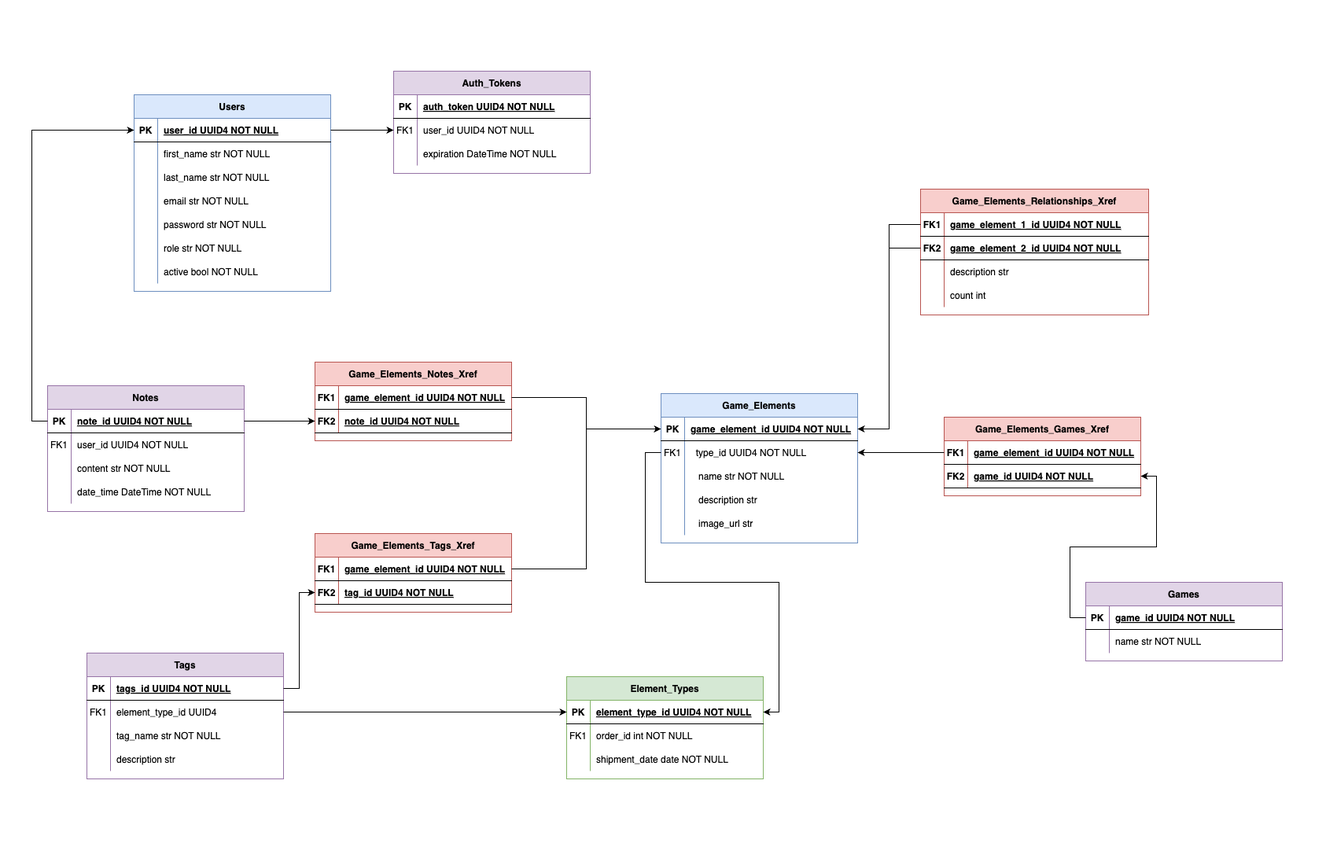
Above: gd-notepad-erd.png in Mark-David-Hill/gd-notepad-be (draw.io), before the change. Source tidied: cells renumbered, new cells last; positions are measured from the earlier drawing's top-left corner, leaving out a move shared by most shapes.
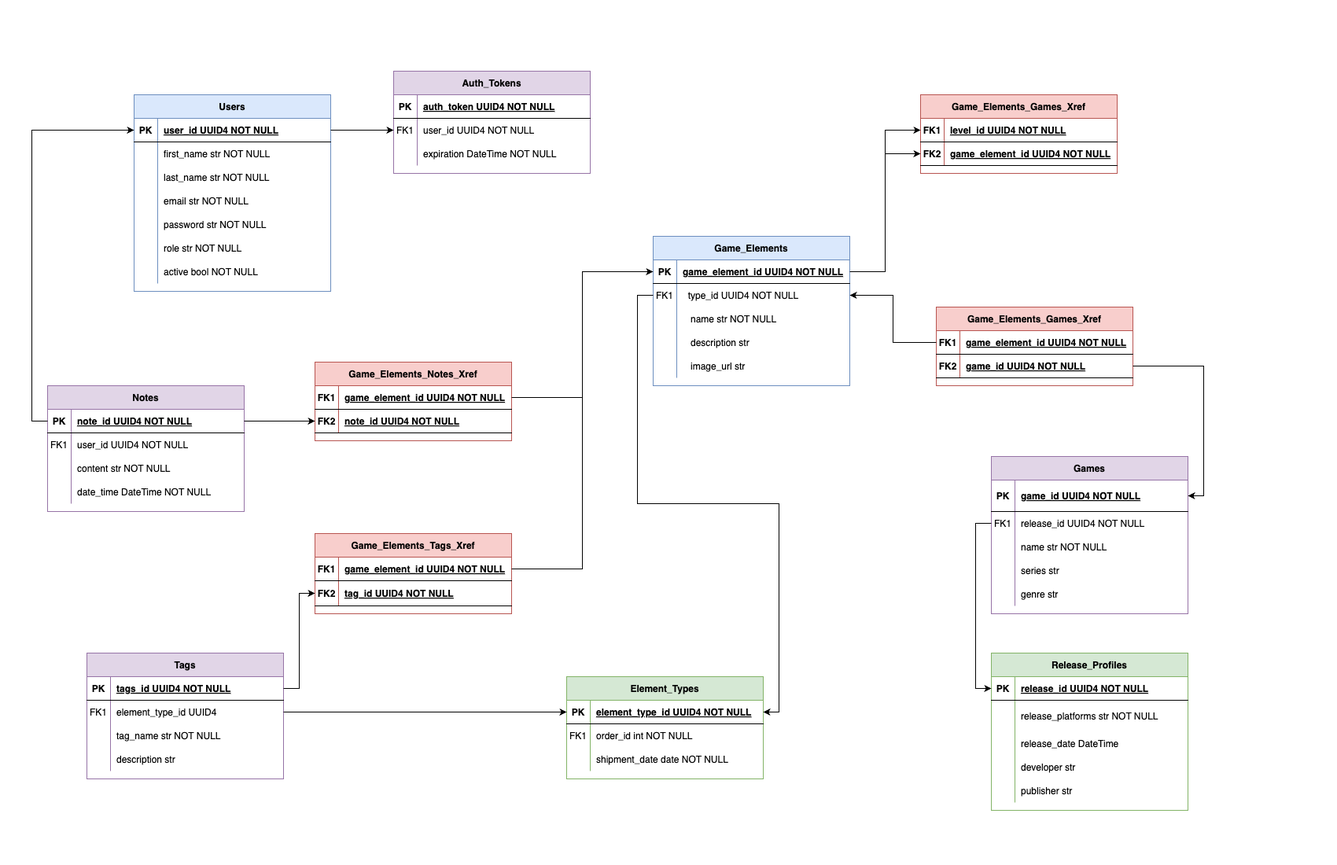
After the commit.

Commit message:
updates erd to include Release Profiles table

What changed in the source:
```diff
@@ -33,7 +33,7 @@
       <mxGeometry x="30" width="220" height="30" as="geometry" />
     </mxCell>
     <mxCell id="12" value="Game_Elements" style="shape=table;startSize=30;rowLines=0;fontStyle=1;align=center;fillColor=#dae8fc;strokeColor=#6c8ebf;" parent="1" vertex="1">
-      <mxGeometry x="780" y="410" width="250" height="190" as="geometry" />
+      <mxGeometry x="770" y="210" width="250" height="190" as="geometry" />
     </mxCell>
     <mxCell id="13" style="shape=partialRectangle;fillColor=none;points=[[0,0.5],[1,0.5]];portConstraint=eastwest;top=0;left=0;right=0;bottom=1;" parent="12" vertex="1">
       <mxGeometry y="30" width="250" height="30" as="geometry" />
@@ -84,28 +84,55 @@
       <mxGeometry relative="1" as="geometry" />
     </mxCell>
     <mxCell id="29" value="Games" style="shape=table;startSize=30;rowLines=0;fontStyle=1;align=center;fillColor=#e1d5e7;strokeColor=#9673a6;" parent="1" vertex="1">
-      <mxGeometry x="1320" y="650" width="250" height="100" as="geometry" />
+      <mxGeometry x="1200" y="490" width="250" height="200" as="geometry" />
     </mxCell>
     <mxCell id="30" style="shape=partialRectangle;fillColor=none;points=[[0,0.5],[1,0.5]];portConstraint=eastwest;top=0;left=0;right=0;bottom=1;" parent="29" vertex="1">
-      <mxGeometry y="30" width="250" height="30" as="geometry" />
+      <mxGeometry y="30" width="250" height="40" as="geometry" />
     </mxCell>
     <mxCell id="31" value="PK" style="shape=partialRectangle;overflow=hidden;fillColor=none;top=0;left=0;bottom=0;right=0;fontStyle=1;" parent="30" vertex="1">
-      <mxGeometry width="30" height="30" as="geometry" />
+      <mxGeometry width="30" height="40" as="geometry" />
     </mxCell>
     <mxCell id="32" value="game_id UUID4 NOT NULL " style="shape=partialRectangle;overflow=hidden;fillColor=none;top=0;left=0;bottom=0;right=0;align=left;spacingLeft=6;fontStyle=5;" parent="30" vertex="1">
-      <mxGeometry x="30" width="220" height="30" as="geometry" />
+      <mxGeometry x="30" width="220" height="40" as="geometry" />
     </mxCell>
     <mxCell id="33" style="shape=partialRectangle;fillColor=none;points=[[0,0.5],[1,0.5]];portConstraint=eastwest;top=0;left=0;right=0;bottom=0;" parent="29" vertex="1">
-      <mxGeometry y="60" width="250" height="30" as="geometry" />
+      <mxGeometry y="70" width="250" height="30" as="geometry" />
     </mxCell>
-    <mxCell id="34" style="shape=partialRectangle;overflow=hidden;fillColor=none;top=0;left=0;bottom=0;right=0;" parent="33" vertex="1">
+    <mxCell id="34" value="FK1" style="shape=partialRectangle;overflow=hidden;fillColor=none;top=0;left=0;bottom=0;right=0;" parent="33" vertex="1">
       <mxGeometry width="30" height="30" as="geometry" />
     </mxCell>
-    <mxCell id="35" value="name str NOT NULL" style="shape=partialRectangle;overflow=hidden;fillColor=none;top=0;left=0;bottom=0;right=0;align=left;spacingLeft=6;" parent="33" vertex="1">
+    <mxCell id="35" value="release_id UUID4 NOT NULL" style="shape=partialRectangle;overflow=hidden;fillColor=none;top=0;left=0;bottom=0;right=0;align=left;spacingLeft=6;" parent="33" vertex="1">
       <mxGeometry x="30" width="220" height="30" as="geometry" />
     </mxCell>
+    <mxCell id="139" style="shape=partialRectangle;fillColor=none;top=0;left=0;right=0;bottom=0;" parent="29" vertex="1">
+      <mxGeometry y="100" width="250" height="30" as="geometry" />
+    </mxCell>
+    <mxCell id="140" style="shape=partialRectangle;overflow=hidden;fillColor=none;top=0;left=0;bottom=0;right=0;" parent="139" vertex="1">
+      <mxGeometry width="30" height="30" as="geometry" />
+    </mxCell>
+    <mxCell id="141" value="name str NOT NULL" style="shape=partialRectangle;overflow=hidden;fillColor=none;top=0;left=0;bottom=0;right=0;align=left;spacingLeft=6;" parent="139" vertex="1">
+      <mxGeometry x="30" width="220" height="30" as="geometry" />
+    </mxCell>
+    <mxCell id="142" style="shape=partialRectangle;fillColor=none;top=0;left=0;right=0;bottom=0;" parent="29" vertex="1">
+      <mxGeometry y="130" width="250" height="30" as="geometry" />
+    </mxCell>
+    <mxCell id="143" style="shape=partialRectangle;overflow=hidden;fillColor=none;top=0;left=0;bottom=0;right=0;" parent="142" vertex="1">
+      <mxGeometry width="30" height="30" as="geometry" />
+    </mxCell>
+    <mxCell id="144" value="series str" style="shape=partialRectangle;overflow=hidden;fillColor=none;top=0;left=0;bottom=0;right=0;align=left;spacingLeft=6;" parent="142" vertex="1">
+      <mxGeometry x="30" width="220" height="30" as="geometry" />
+    </mxCell>
+    <mxCell id="145" style="shape=partialRectangle;fillColor=none;top=0;left=0;right=0;bottom=0;" parent="29" vertex="1">
+      <mxGeometry y="160" width="250" height="30" as="geometry" />
+    </mxCell>
+    <mxCell id="146" style="shape=partialRectangle;overflow=hidden;fillColor=none;top=0;left=0;bottom=0;right=0;" parent="145" vertex="1">
+      <mxGeometry width="30" height="30" as="geometry" />
+    </mxCell>
+    <mxCell id="147" value="genre str" style="shape=partialRectangle;overflow=hidden;fillColor=none;top=0;left=0;bottom=0;right=0;align=left;spacingLeft=6;" parent="145" vertex="1">
+      <mxGeometry x="30" width="220" height="30" as="geometry" />
+    </mxCell>
     <mxCell id="36" value="Game_Elements_Games_Xref" style="shape=table;startSize=30;rowLines=0;fontStyle=1;align=center;fillColor=#f8cecc;strokeColor=#b85450;" parent="1" vertex="1">
-      <mxGeometry x="1140" y="440" width="250" height="100" as="geometry" />
+      <mxGeometry x="1130" y="300" width="250" height="100" as="geometry" />
     </mxCell>
     <mxCell id="37" style="shape=partialRectangle;fillColor=none;points=[[0,0.5],[1,0.5]];portConstraint=eastwest;top=0;left=0;right=0;bottom=1;" parent="36" vertex="1">
       <mxGeometry y="30" width="250" height="30" as="geometry" />
@@ -128,45 +155,6 @@
     <mxCell id="43" style="edgeStyle=orthogonalEdgeStyle;rounded=0;jettySize=auto;html=1;exitX=0;exitY=0.5;exitDx=0;exitDy=0;entryX=1;entryY=0.5;entryDx=0;entryDy=0;" parent="1" edge="1" source="37" target="16">
       <mxGeometry relative="1" as="geometry" />
     </mxCell>
-    <mxCell id="44" value="Game_Elements_Relationships_Xref" style="shape=table;startSize=30;rowLines=0;fontStyle=1;align=center;fillColor=#f8cecc;strokeColor=#b85450;" parent="1" vertex="1">
-      <mxGeometry x="1110" y="150" width="290" height="160" as="geometry" />
-    </mxCell>
-    <mxCell id="45" style="shape=partialRectangle;fillColor=none;points=[[0,0.5],[1,0.5]];portConstraint=eastwest;top=0;left=0;right=0;bottom=1;" parent="44" vertex="1">
-      <mxGeometry y="30" width="290" height="30" as="geometry" />
-    </mxCell>
-    <mxCell id="46" value="FK1" style="shape=partialRectangle;overflow=hidden;fillColor=none;top=0;left=0;bottom=0;right=0;fontStyle=1;" parent="45" vertex="1">
-      <mxGeometry width="30" height="30" as="geometry" />
-    </mxCell>
-    <mxCell id="47" value="game_element_1_id UUID4 NOT NULL " style="shape=partialRectangle;overflow=hidden;fillColor=none;top=0;left=0;bottom=0;right=0;align=left;spacingLeft=6;fontStyle=5;" parent="45" vertex="1">
-      <mxGeometry x="30" width="260" height="30" as="geometry" />
-    </mxCell>
-    <mxCell id="48" style="shape=partialRectangle;fillColor=none;points=[[0,0.5],[1,0.5]];portConstraint=eastwest;top=0;left=0;right=0;bottom=1;" parent="44" vertex="1">
-      <mxGeometry y="60" width="290" height="30" as="geometry" />
-    </mxCell>
-    <mxCell id="49" value="FK2" style="shape=partialRectangle;overflow=hidden;fillColor=none;top=0;left=0;bottom=0;right=0;fontStyle=1;" parent="48" vertex="1">
-      <mxGeometry width="30" height="30" as="geometry" />
-    </mxCell>
-    <mxCell id="50" value="game_element_2_id UUID4 NOT NULL " style="shape=partialRectangle;overflow=hidden;fillColor=none;top=0;left=0;bottom=0;right=0;align=left;spacingLeft=6;fontStyle=5;" parent="48" vertex="1">
-      <mxGeometry x="30" width="260" height="30" as="geometry" />
-    </mxCell>
-    <mxCell id="51" style="shape=partialRectangle;fillColor=none;top=0;left=0;right=0;bottom=0;" parent="44" vertex="1">
-      <mxGeometry y="90" width="290" height="30" as="geometry" />
-    </mxCell>
-    <mxCell id="52" style="shape=partialRectangle;overflow=hidden;fillColor=none;top=0;left=0;bottom=0;right=0;" parent="51" vertex="1">
-      <mxGeometry width="30" height="30" as="geometry" />
-    </mxCell>
-    <mxCell id="53" value="description str" style="shape=partialRectangle;overflow=hidden;fillColor=none;top=0;left=0;bottom=0;right=0;align=left;spacingLeft=6;" parent="51" vertex="1">
-      <mxGeometry x="30" width="260" height="30" as="geometry" />
-    </mxCell>
-    <mxCell id="54" style="shape=partialRectangle;fillColor=none;top=0;left=0;right=0;bottom=0;" parent="44" vertex="1">
-      <mxGeometry y="120" width="290" height="30" as="geometry" />
-    </mxCell>
-    <mxCell id="55" style="shape=partialRectangle;overflow=hidden;fillColor=none;top=0;left=0;bottom=0;right=0;" parent="54" vertex="1">
-      <mxGeometry width="30" height="30" as="geometry" />
-    </mxCell>
-    <mxCell id="56" value="count int" style="shape=partialRectangle;overflow=hidden;fillColor=none;top=0;left=0;bottom=0;right=0;align=left;spacingLeft=6;" parent="54" vertex="1">
-      <mxGeometry x="30" width="260" height="30" as="geometry" />
-    </mxCell>
     <mxCell id="57" value="Users" style="shape=table;startSize=30;rowLines=0;fontStyle=1;align=center;fillColor=#dae8fc;strokeColor=#6c8ebf;" parent="1" vertex="1">
       <mxGeometry x="110" y="30" width="250" height="250" as="geometry" />
     </mxCell>
@@ -273,7 +261,7 @@
       <mxGeometry x="30" width="220" height="30" as="geometry" />
     </mxCell>
     <mxCell id="92" value="Game_Elements_Tags_Xref" style="shape=table;startSize=30;rowLines=0;fontStyle=1;align=center;fillColor=#f8cecc;strokeColor=#b85450;" parent="1" vertex="1">
-      <mxGeometry x="340" y="588" width="250" height="100" as="geometry" />
+      <mxGeometry x="340" y="588" width="250" height="102" as="geometry" />
     </mxCell>
     <mxCell id="93" style="shape=partialRectangle;fillColor=none;points=[[0,0.5],[1,0.5]];portConstraint=eastwest;top=0;left=0;right=0;bottom=1;" parent="92" vertex="1">
       <mxGeometry y="30" width="250" height="30" as="geometry" />
@@ -285,13 +273,13 @@
       <mxGeometry x="30" width="220" height="30" as="geometry" />
     </mxCell>
     <mxCell id="96" style="shape=partialRectangle;fillColor=none;points=[[0,0.5],[1,0.5]];portConstraint=eastwest;top=0;left=0;right=0;bottom=1;" parent="92" vertex="1">
-      <mxGeometry y="60" width="250" height="30" as="geometry" />
+      <mxGeometry y="60" width="250" height="32" as="geometry" />
     </mxCell>
     <mxCell id="97" value="FK2" style="shape=partialRectangle;overflow=hidden;fillColor=none;top=0;left=0;bottom=0;right=0;fontStyle=1;" parent="96" vertex="1">
-      <mxGeometry width="30" height="30" as="geometry" />
+      <mxGeometry width="30" height="32" as="geometry" />
     </mxCell>
     <mxCell id="98" value="tag_id UUID4 NOT NULL " style="shape=partialRectangle;overflow=hidden;fillColor=none;top=0;left=0;bottom=0;right=0;align=left;spacingLeft=6;fontStyle=5;" parent="96" vertex="1">
-      <mxGeometry x="30" width="220" height="30" as="geometry" />
+      <mxGeometry x="30" width="220" height="32" as="geometry" />
     </mxCell>
     <mxCell id="99" style="edgeStyle=orthogonalEdgeStyle;rounded=0;jettySize=auto;html=1;exitX=1;exitY=0.5;exitDx=0;exitDy=0;" parent="1" edge="1" source="80" target="96">
       <mxGeometry relative="1" as="geometry" />
@@ -404,14 +392,86 @@
     <mxCell id="135" style="edgeStyle=orthogonalEdgeStyle;rounded=0;jettySize=auto;html=1;exitX=0;exitY=0.5;exitDx=0;exitDy=0;entryX=0;entryY=0.5;entryDx=0;entryDy=0;" parent="1" edge="1" source="102" target="58">
       <mxGeometry relative="1" as="geometry" />
     </mxCell>
-    <mxCell id="136" style="edgeStyle=orthogonalEdgeStyle;rounded=0;jettySize=auto;html=1;entryX=1;entryY=0.5;entryDx=0;entryDy=0;" parent="1" edge="1" source="30" target="40">
-      <mxGeometry relative="1" as="geometry" />
-    </mxCell>
-    <mxCell id="137" style="edgeStyle=orthogonalEdgeStyle;rounded=0;jettySize=auto;html=1;entryX=1;entryY=0.5;entryDx=0;entryDy=0;" parent="1" edge="1" source="45" target="13">
-      <mxGeometry relative="1" as="geometry" />
-    </mxCell>
-    <mxCell id="138" style="edgeStyle=orthogonalEdgeStyle;rounded=0;jettySize=auto;html=1;entryX=1;entryY=0.5;entryDx=0;entryDy=0;" parent="1" edge="1" source="48" target="13">
-      <mxGeometry relative="1" as="geometry" />
-    </mxCell>
+    <mxCell id="148" value="Game_Elements_Games_Xref" style="shape=table;startSize=30;rowLines=0;fontStyle=1;align=center;fillColor=#f8cecc;strokeColor=#b85450;" parent="1" vertex="1">
+      <mxGeometry x="1110" y="30" width="250" height="100" as="geometry" />
+    </mxCell>
+    <mxCell id="149" style="shape=partialRectangle;fillColor=none;points=[[0,0.5],[1,0.5]];portConstraint=eastwest;top=0;left=0;right=0;bottom=1;" parent="148" vertex="1">
+      <mxGeometry y="30" width="250" height="30" as="geometry" />
+    </mxCell>
+    <mxCell id="46" value="FK1" style="shape=partialRectangle;overflow=hidden;fillColor=none;top=0;left=0;bottom=0;right=0;fontStyle=1;" parent="149" vertex="1">
+      <mxGeometry width="30" height="30" as="geometry" />
+    </mxCell>
+    <mxCell id="150" value="level_id UUID4 NOT NULL " style="shape=partialRectangle;overflow=hidden;fillColor=none;top=0;left=0;bottom=0;right=0;align=left;spacingLeft=6;fontStyle=5;" parent="149" vertex="1">
+      <mxGeometry x="30" width="220" height="30" as="geometry" />
+    </mxCell>
+    <mxCell id="151" style="shape=partialRectangle;fillColor=none;points=[[0,0.5],[1,0.5]];portConstraint=eastwest;top=0;left=0;right=0;bottom=1;" parent="148" vertex="1">
+      <mxGeometry y="60" width="250" height="30" as="geometry" />
+    </mxCell>
+    <mxCell id="49" value="FK2" style="shape=partialRectangle;overflow=hidden;fillColor=none;top=0;left=0;bottom=0;right=0;fontStyle=1;" parent="151" vertex="1">
+      <mxGeometry width="30" height="30" as="geometry" />
+    </mxCell>
+    <mxCell id="152" value="game_element_id UUID4 NOT NULL " style="shape=partialRectangle;overflow=hidden;fillColor=none;top=0;left=0;bottom=0;right=0;align=left;spacingLeft=6;fontStyle=5;" parent="151" vertex="1">
+      <mxGeometry x="30" width="220" height="30" as="geometry" />
+    </mxCell>
+    <mxCell id="153" style="edgeStyle=orthogonalEdgeStyle;rounded=0;jettySize=auto;html=1;exitX=1;exitY=0.5;exitDx=0;exitDy=0;" parent="1" edge="1" source="13" target="151">
+      <mxGeometry relative="1" as="geometry" />
+    </mxCell>
+    <mxCell id="154" style="edgeStyle=orthogonalEdgeStyle;rounded=0;jettySize=auto;html=1;" parent="1" edge="1" source="13" target="149">
+      <mxGeometry relative="1" as="geometry" />
+    </mxCell>
+    <mxCell id="155" value="Release_Profiles" style="shape=table;startSize=30;rowLines=0;fontStyle=1;align=center;fillColor=#d5e8d4;strokeColor=#82b366;" parent="1" vertex="1">
+      <mxGeometry x="1200" y="740" width="250" height="200" as="geometry" />
+    </mxCell>
+    <mxCell id="156" style="shape=partialRectangle;fillColor=none;points=[[0,0.5],[1,0.5]];portConstraint=eastwest;top=0;left=0;right=0;bottom=1;" parent="155" vertex="1">
+      <mxGeometry y="30" width="250" height="30" as="geometry" />
+    </mxCell>
+    <mxCell id="157" value="PK" style="shape=partialRectangle;overflow=hidden;fillColor=none;top=0;left=0;bottom=0;right=0;fontStyle=1;" parent="156" vertex="1">
+      <mxGeometry width="30" height="30" as="geometry" />
+    </mxCell>
+    <mxCell id="158" value="release_id UUID4 NOT NULL " style="shape=partialRectangle;overflow=hidden;fillColor=none;top=0;left=0;bottom=0;right=0;align=left;spacingLeft=6;fontStyle=5;" parent="156" vertex="1">
+      <mxGeometry x="30" width="220" height="30" as="geometry" />
+    </mxCell>
+    <mxCell id="159" style="shape=partialRectangle;fillColor=none;top=0;left=0;right=0;bottom=0;" parent="155" vertex="1">
+      <mxGeometry y="60" width="250" height="40" as="geometry" />
+    </mxCell>
+    <mxCell id="160" style="shape=partialRectangle;overflow=hidden;fillColor=none;top=0;left=0;bottom=0;right=0;" parent="159" vertex="1">
+      <mxGeometry width="30" height="40" as="geometry" />
+    </mxCell>
+    <mxCell id="161" value="release_platforms str NOT NULL" style="shape=partialRectangle;overflow=hidden;fillColor=none;top=0;left=0;bottom=0;right=0;align=left;spacingLeft=6;" parent="159" vertex="1">
+      <mxGeometry x="30" width="220" height="40" as="geometry" />
+    </mxCell>
+    <mxCell id="162" style="shape=partialRectangle;fillColor=none;top=0;left=0;right=0;bottom=0;" parent="155" vertex="1">
+      <mxGeometry y="100" width="250" height="30" as="geometry" />
+    </mxCell>
+    <mxCell id="163" style="shape=partialRectangle;overflow=hidden;fillColor=none;top=0;left=0;bottom=0;right=0;" parent="162" vertex="1">
+      <mxGeometry width="30" height="30" as="geometry" />
+    </mxCell>
+    <mxCell id="164" value="release_date DateTime" style="shape=partialRectangle;overflow=hidden;fillColor=none;top=0;left=0;bottom=0;right=0;align=left;spacingLeft=6;" parent="162" vertex="1">
+      <mxGeometry x="30" width="220" height="30" as="geometry" />
+    </mxCell>
+    <mxCell id="165" style="shape=partialRectangle;fillColor=none;top=0;left=0;right=0;bottom=0;" parent="155" vertex="1">
+      <mxGeometry y="130" width="250" height="30" as="geometry" />
+    </mxCell>
+    <mxCell id="166" style="shape=partialRectangle;overflow=hidden;fillColor=none;top=0;left=0;bottom=0;right=0;" parent="165" vertex="1">
+      <mxGeometry width="30" height="30" as="geometry" />
+    </mxCell>
+    <mxCell id="167" value="developer str" style="shape=partialRectangle;overflow=hidden;fillColor=none;top=0;left=0;bottom=0;right=0;align=left;spacingLeft=6;" parent="165" vertex="1">
+      <mxGeometry x="30" width="220" height="30" as="geometry" />
+    </mxCell>
+    <mxCell id="168" style="shape=partialRectangle;fillColor=none;top=0;left=0;right=0;bottom=0;" parent="155" vertex="1">
+      <mxGeometry y="160" width="250" height="30" as="geometry" />
+    </mxCell>
+    <mxCell id="169" style="shape=partialRectangle;overflow=hidden;fillColor=none;top=0;left=0;bottom=0;right=0;" parent="168" vertex="1">
+      <mxGeometry width="30" height="30" as="geometry" />
+    </mxCell>
+    <mxCell id="170" value="publisher str" style="shape=partialRectangle;overflow=hidden;fillColor=none;top=0;left=0;bottom=0;right=0;align=left;spacingLeft=6;" parent="168" vertex="1">
+      <mxGeometry x="30" width="220" height="30" as="geometry" />
+    </mxCell>
+    <mxCell id="171" style="edgeStyle=orthogonalEdgeStyle;rounded=0;jettySize=auto;html=1;entryX=1;entryY=0.5;entryDx=0;entryDy=0;" parent="1" edge="1" source="40" target="30">
+      <mxGeometry relative="1" as="geometry" />
+    </mxCell>
+    <mxCell id="172" style="edgeStyle=orthogonalEdgeStyle;rounded=0;jettySize=auto;html=1;exitX=0;exitY=0.5;exitDx=0;exitDy=0;entryX=0;entryY=0.5;entryDx=0;entryDy=0;" parent="1" edge="1" source="33" target="156">
+      <mxGeometry relative="1" as="geometry" />
+    </mxCell>
   </root>
 </mxGraphModel>
```
